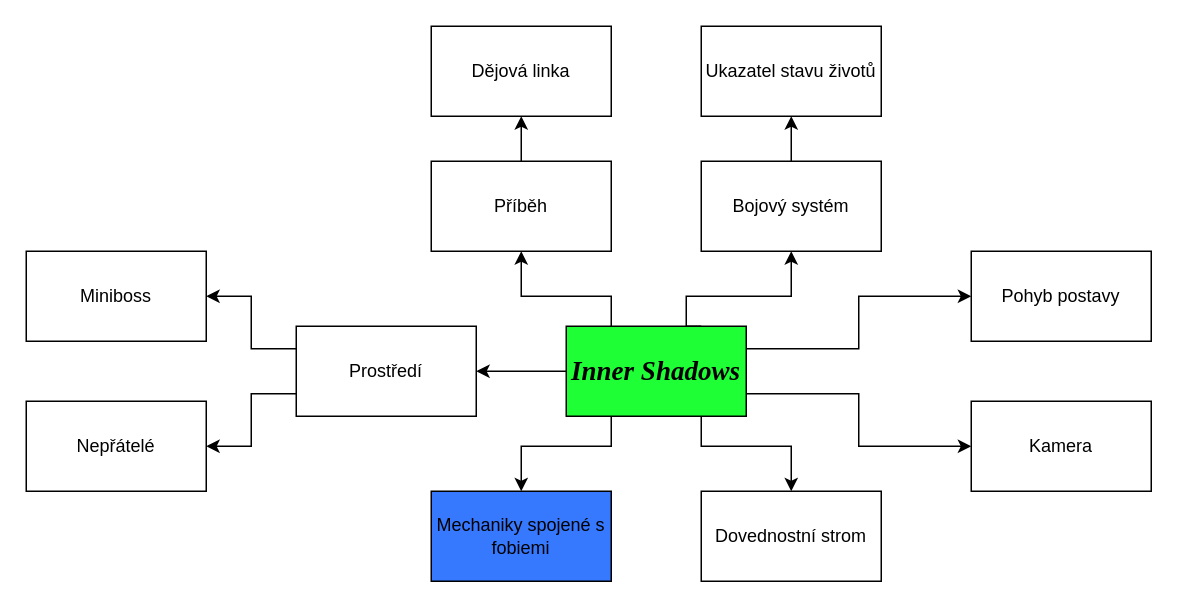
This is navrh.drawio from Jurgee/BP, a draw.io file, before an edit. Source tidied: cells renumbered, new cells numbered last; positions are measured from the earlier drawing's top-left corner, leaving out a move shared by most shapes. Both pictures are drawn from the tidied source at 150%, with x=0, y=0 at pixel (26, 26).
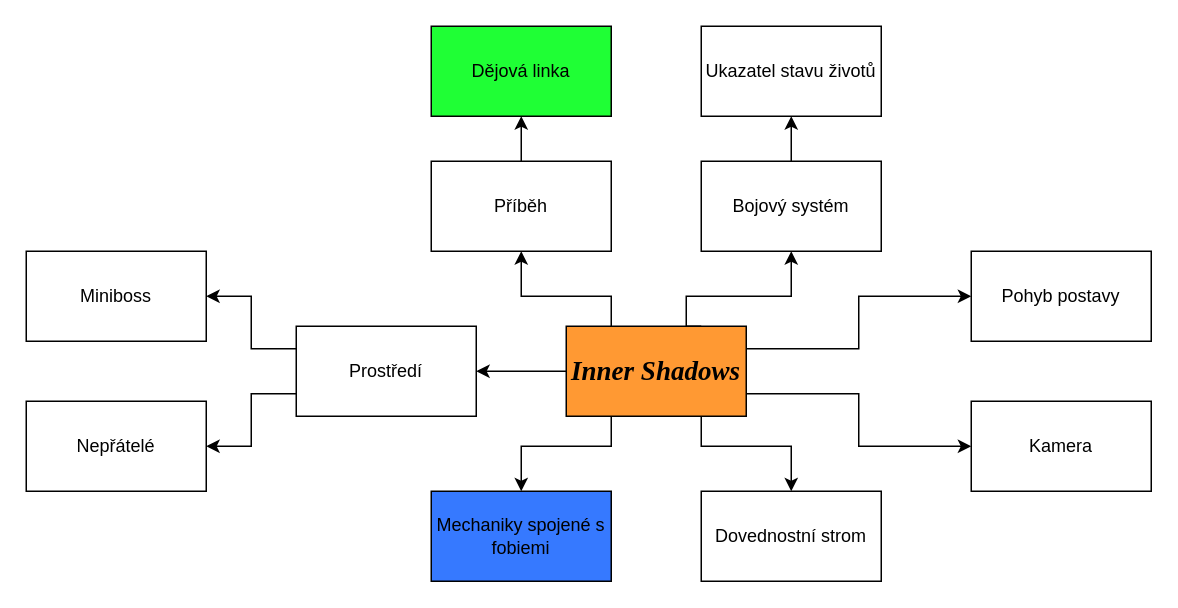
The same page after the edit.

Change to the diagram source:
```diff
@@
-    <mxCell id="9" value="&lt;h3&gt;&lt;font style=&quot;font-size: 18px;&quot; face=&quot;Times New Roman&quot;&gt;&lt;i&gt;Inner Shadows&lt;/i&gt;&lt;/font&gt;&lt;/h3&gt;" style="rounded=0;whiteSpace=wrap;html=1;fillColor=#1FFF35;" parent="1" vertex="1">
+    <mxCell id="9" value="&lt;h3&gt;&lt;font style=&quot;font-size: 18px;&quot; face=&quot;Times New Roman&quot;&gt;&lt;i&gt;Inner Shadows&lt;/i&gt;&lt;/font&gt;&lt;/h3&gt;" style="rounded=0;whiteSpace=wrap;html=1;fillColor=#FF9933;" parent="1" vertex="1">
       <mxGeometry x="360" y="200" width="120" height="60" as="geometry" />
     </mxCell>
@@
-    <mxCell id="24" value="Dějová linka" style="rounded=0;whiteSpace=wrap;html=1;" parent="1" vertex="1">
+    <mxCell id="24" value="Dějová linka" style="rounded=0;whiteSpace=wrap;html=1;fillColor=#1FFF35;" parent="1" vertex="1">
       <mxGeometry x="270" width="120" height="60" as="geometry" />
     </mxCell>
```
